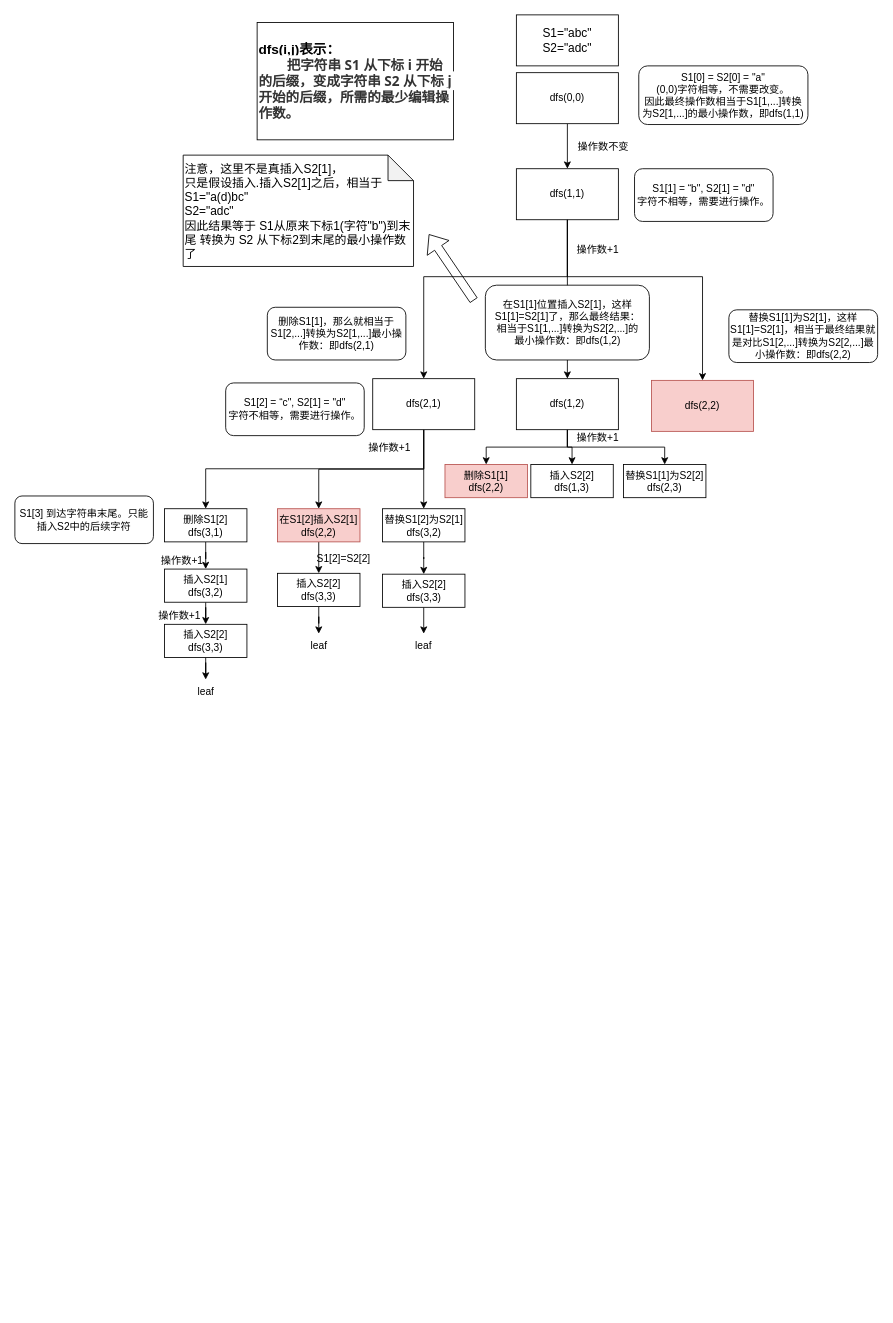
Before: 算法/编辑距离.drawio in g1823/Draw, a draw.io diagram. Source tidied: cells renumbered, new cells numbered last; positions are measured from the earlier drawing's top-left corner, leaving out a move shared by most shapes. Both pictures are drawn from the tidied source at 85%, with x=0, y=0 at pixel (14, 14).
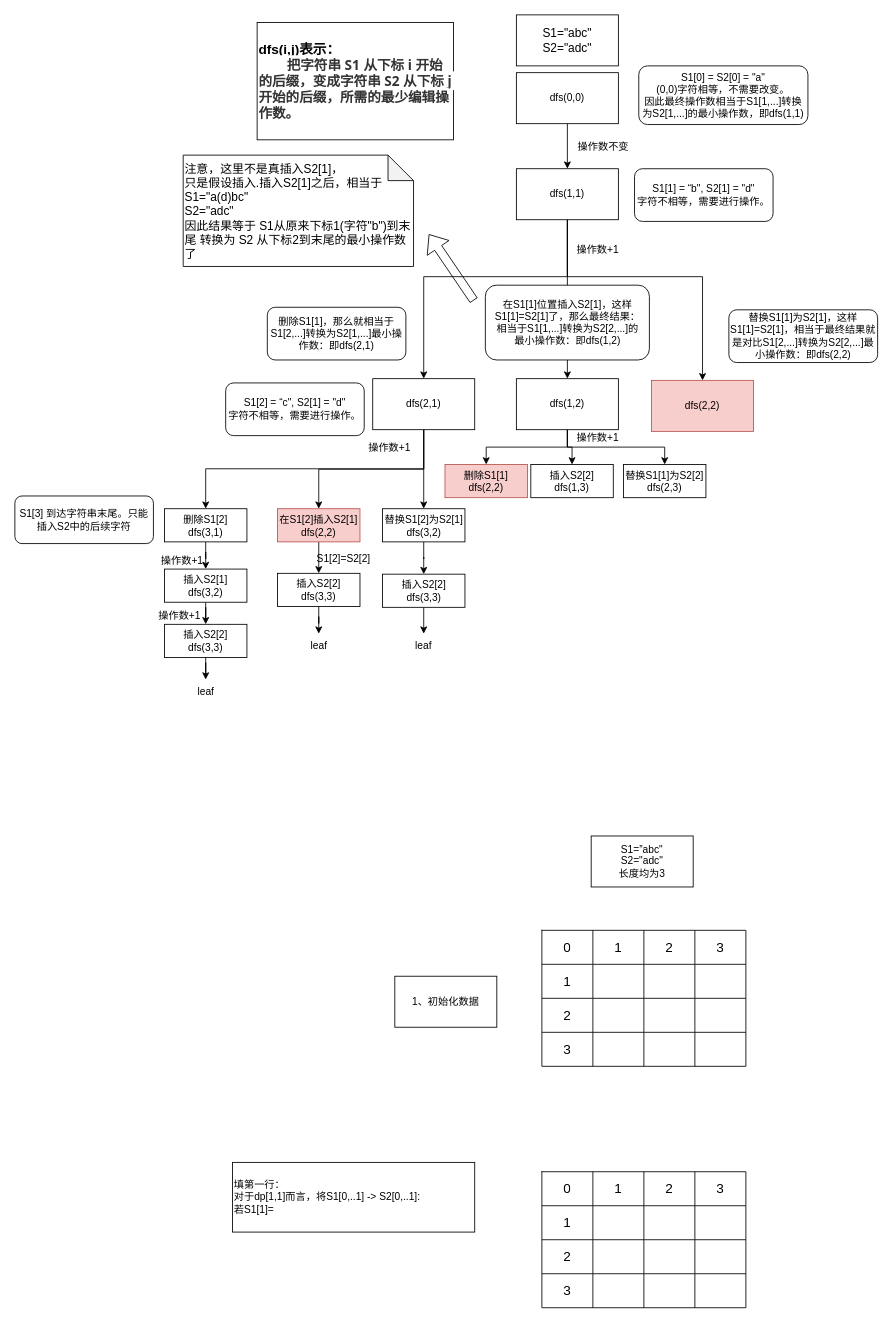
The same page after the edit.

Commit message:
更新编辑距离.drawio

What changed in the source:
```diff
@@
+    <mxCell id="55" style="shape=table;startSize=0;childLayout=tableLayout;fontSize=16;" parent="1" vertex="1">
+      <mxGeometry x="620" y="1077" width="240" height="160" as="geometry" />
+    </mxCell>
+    <mxCell id="56" style="shape=tableRow;horizontal=0;startSize=0;swimlaneHead=0;swimlaneBody=0;strokeColor=inherit;top=0;left=0;bottom=0;right=0;fillColor=none;fontSize=16;" parent="55" vertex="1">
+      <mxGeometry width="240" height="40" as="geometry" />
+    </mxCell>
+    <mxCell id="57" value="0" style="shape=partialRectangle;html=1;whiteSpace=wrap;strokeColor=inherit;overflow=hidden;fillColor=none;top=0;left=0;bottom=0;right=0;fontSize=16;" parent="56" vertex="1">
+      <mxGeometry width="60" height="40" as="geometry" />
+    </mxCell>
+    <mxCell id="58" value="1" style="shape=partialRectangle;html=1;whiteSpace=wrap;strokeColor=inherit;overflow=hidden;fillColor=none;top=0;left=0;bottom=0;right=0;fontSize=16;" parent="56" vertex="1">
+      <mxGeometry x="60" width="60" height="40" as="geometry" />
+    </mxCell>
+    <mxCell id="59" value="2" style="shape=partialRectangle;html=1;whiteSpace=wrap;strokeColor=inherit;overflow=hidden;fillColor=none;top=0;left=0;bottom=0;right=0;fontSize=16;" parent="56" vertex="1">
+      <mxGeometry x="120" width="60" height="40" as="geometry" />
+    </mxCell>
+    <mxCell id="60" value="3" style="shape=partialRectangle;html=1;whiteSpace=wrap;strokeColor=inherit;overflow=hidden;fillColor=none;top=0;left=0;bottom=0;right=0;fontSize=16;" parent="56" vertex="1">
+      <mxGeometry x="180" width="60" height="40" as="geometry" />
+    </mxCell>
+    <mxCell id="61" style="shape=tableRow;horizontal=0;startSize=0;swimlaneHead=0;swimlaneBody=0;strokeColor=inherit;top=0;left=0;bottom=0;right=0;fillColor=none;fontSize=16;" parent="55" vertex="1">
+      <mxGeometry y="40" width="240" height="40" as="geometry" />
+    </mxCell>
+    <mxCell id="62" value="1" style="shape=partialRectangle;html=1;whiteSpace=wrap;strokeColor=inherit;overflow=hidden;fillColor=none;top=0;left=0;bottom=0;right=0;fontSize=16;" parent="61" vertex="1">
+      <mxGeometry width="60" height="40" as="geometry" />
+    </mxCell>
+    <mxCell id="63" style="shape=partialRectangle;html=1;whiteSpace=wrap;strokeColor=inherit;overflow=hidden;fillColor=none;top=0;left=0;bottom=0;right=0;fontSize=16;" parent="61" vertex="1">
+      <mxGeometry x="60" width="60" height="40" as="geometry" />
+    </mxCell>
+    <mxCell id="64" style="shape=partialRectangle;html=1;whiteSpace=wrap;strokeColor=inherit;overflow=hidden;fillColor=none;top=0;left=0;bottom=0;right=0;fontSize=16;" parent="61" vertex="1">
+      <mxGeometry x="120" width="60" height="40" as="geometry" />
+    </mxCell>
+    <mxCell id="65" style="shape=partialRectangle;html=1;whiteSpace=wrap;strokeColor=inherit;overflow=hidden;fillColor=none;top=0;left=0;bottom=0;right=0;fontSize=16;" parent="61" vertex="1">
+      <mxGeometry x="180" width="60" height="40" as="geometry" />
+    </mxCell>
+    <mxCell id="66" style="shape=tableRow;horizontal=0;startSize=0;swimlaneHead=0;swimlaneBody=0;strokeColor=inherit;top=0;left=0;bottom=0;right=0;fillColor=none;fontSize=16;" parent="55" vertex="1">
+      <mxGeometry y="80" width="240" height="40" as="geometry" />
+    </mxCell>
+    <mxCell id="67" value="2" style="shape=partialRectangle;html=1;whiteSpace=wrap;strokeColor=inherit;overflow=hidden;fillColor=none;top=0;left=0;bottom=0;right=0;fontSize=16;" parent="66" vertex="1">
+      <mxGeometry width="60" height="40" as="geometry" />
+    </mxCell>
+    <mxCell id="68" style="shape=partialRectangle;html=1;whiteSpace=wrap;strokeColor=inherit;overflow=hidden;fillColor=none;top=0;left=0;bottom=0;right=0;fontSize=16;" parent="66" vertex="1">
+      <mxGeometry x="60" width="60" height="40" as="geometry" />
+    </mxCell>
+    <mxCell id="69" style="shape=partialRectangle;html=1;whiteSpace=wrap;strokeColor=inherit;overflow=hidden;fillColor=none;top=0;left=0;bottom=0;right=0;fontSize=16;" parent="66" vertex="1">
+      <mxGeometry x="120" width="60" height="40" as="geometry" />
+    </mxCell>
+    <mxCell id="70" style="shape=partialRectangle;html=1;whiteSpace=wrap;strokeColor=inherit;overflow=hidden;fillColor=none;top=0;left=0;bottom=0;right=0;fontSize=16;" parent="66" vertex="1">
+      <mxGeometry x="180" width="60" height="40" as="geometry" />
+    </mxCell>
+    <mxCell id="71" style="shape=tableRow;horizontal=0;startSize=0;swimlaneHead=0;swimlaneBody=0;strokeColor=inherit;top=0;left=0;bottom=0;right=0;fillColor=none;fontSize=16;" parent="55" vertex="1">
+      <mxGeometry y="120" width="240" height="40" as="geometry" />
+    </mxCell>
+    <mxCell id="72" value="3" style="shape=partialRectangle;html=1;whiteSpace=wrap;strokeColor=inherit;overflow=hidden;fillColor=none;top=0;left=0;bottom=0;right=0;fontSize=16;" parent="71" vertex="1">
+      <mxGeometry width="60" height="40" as="geometry" />
+    </mxCell>
+    <mxCell id="73" style="shape=partialRectangle;html=1;whiteSpace=wrap;strokeColor=inherit;overflow=hidden;fillColor=none;top=0;left=0;bottom=0;right=0;fontSize=16;" parent="71" vertex="1">
+      <mxGeometry x="60" width="60" height="40" as="geometry" />
+    </mxCell>
+    <mxCell id="74" style="shape=partialRectangle;html=1;whiteSpace=wrap;strokeColor=inherit;overflow=hidden;fillColor=none;top=0;left=0;bottom=0;right=0;fontSize=16;" parent="71" vertex="1">
+      <mxGeometry x="120" width="60" height="40" as="geometry" />
+    </mxCell>
+    <mxCell id="75" style="shape=partialRectangle;html=1;whiteSpace=wrap;strokeColor=inherit;overflow=hidden;fillColor=none;top=0;left=0;bottom=0;right=0;fontSize=16;" parent="71" vertex="1">
+      <mxGeometry x="180" width="60" height="40" as="geometry" />
+    </mxCell>
+    <mxCell id="76" value="S1=”abc&quot;&lt;div&gt;S2=&quot;adc&quot;&lt;/div&gt;&lt;div&gt;长度均为3&lt;/div&gt;" style="rounded=0;whiteSpace=wrap;html=1;" parent="1" vertex="1">
+      <mxGeometry x="678" y="966" width="120" height="60" as="geometry" />
+    </mxCell>
+    <mxCell id="77" value="1、初始化数据" style="rounded=0;whiteSpace=wrap;html=1;" parent="1" vertex="1">
+      <mxGeometry x="447" y="1131" width="120" height="60" as="geometry" />
+    </mxCell>
+    <mxCell id="78" style="shape=table;startSize=0;childLayout=tableLayout;fontSize=16;" parent="1" vertex="1">
+      <mxGeometry x="620" y="1361" width="240" height="160" as="geometry" />
+    </mxCell>
+    <mxCell id="79" style="shape=tableRow;horizontal=0;startSize=0;swimlaneHead=0;swimlaneBody=0;strokeColor=inherit;top=0;left=0;bottom=0;right=0;fillColor=none;fontSize=16;" parent="78" vertex="1">
+      <mxGeometry width="240" height="40" as="geometry" />
+    </mxCell>
+    <mxCell id="80" value="0" style="shape=partialRectangle;html=1;whiteSpace=wrap;strokeColor=inherit;overflow=hidden;fillColor=none;top=0;left=0;bottom=0;right=0;fontSize=16;" parent="79" vertex="1">
+      <mxGeometry width="60" height="40" as="geometry" />
+    </mxCell>
+    <mxCell id="81" value="1" style="shape=partialRectangle;html=1;whiteSpace=wrap;strokeColor=inherit;overflow=hidden;fillColor=none;top=0;left=0;bottom=0;right=0;fontSize=16;" parent="79" vertex="1">
+      <mxGeometry x="60" width="60" height="40" as="geometry" />
+    </mxCell>
+    <mxCell id="82" value="2" style="shape=partialRectangle;html=1;whiteSpace=wrap;strokeColor=inherit;overflow=hidden;fillColor=none;top=0;left=0;bottom=0;right=0;fontSize=16;" parent="79" vertex="1">
+      <mxGeometry x="120" width="60" height="40" as="geometry" />
+    </mxCell>
+    <mxCell id="83" value="3" style="shape=partialRectangle;html=1;whiteSpace=wrap;strokeColor=inherit;overflow=hidden;fillColor=none;top=0;left=0;bottom=0;right=0;fontSize=16;" parent="79" vertex="1">
+      <mxGeometry x="180" width="60" height="40" as="geometry" />
+    </mxCell>
+    <mxCell id="84" style="shape=tableRow;horizontal=0;startSize=0;swimlaneHead=0;swimlaneBody=0;strokeColor=inherit;top=0;left=0;bottom=0;right=0;fillColor=none;fontSize=16;" parent="78" vertex="1">
+      <mxGeometry y="40" width="240" height="40" as="geometry" />
+    </mxCell>
+    <mxCell id="85" value="1" style="shape=partialRectangle;html=1;whiteSpace=wrap;strokeColor=inherit;overflow=hidden;fillColor=none;top=0;left=0;bottom=0;right=0;fontSize=16;" parent="84" vertex="1">
+      <mxGeometry width="60" height="40" as="geometry" />
+    </mxCell>
+    <mxCell id="86" style="shape=partialRectangle;html=1;whiteSpace=wrap;strokeColor=inherit;overflow=hidden;fillColor=none;top=0;left=0;bottom=0;right=0;fontSize=16;" parent="84" vertex="1">
+      <mxGeometry x="60" width="60" height="40" as="geometry" />
+    </mxCell>
+    <mxCell id="87" style="shape=partialRectangle;html=1;whiteSpace=wrap;strokeColor=inherit;overflow=hidden;fillColor=none;top=0;left=0;bottom=0;right=0;fontSize=16;" parent="84" vertex="1">
+      <mxGeometry x="120" width="60" height="40" as="geometry" />
+    </mxCell>
+    <mxCell id="88" style="shape=partialRectangle;html=1;whiteSpace=wrap;strokeColor=inherit;overflow=hidden;fillColor=none;top=0;left=0;bottom=0;right=0;fontSize=16;" parent="84" vertex="1">
+      <mxGeometry x="180" width="60" height="40" as="geometry" />
+    </mxCell>
+    <mxCell id="89" style="shape=tableRow;horizontal=0;startSize=0;swimlaneHead=0;swimlaneBody=0;strokeColor=inherit;top=0;left=0;bottom=0;right=0;fillColor=none;fontSize=16;" parent="78" vertex="1">
+      <mxGeometry y="80" width="240" height="40" as="geometry" />
+    </mxCell>
+    <mxCell id="90" value="2" style="shape=partialRectangle;html=1;whiteSpace=wrap;strokeColor=inherit;overflow=hidden;fillColor=none;top=0;left=0;bottom=0;right=0;fontSize=16;" parent="89" vertex="1">
+      <mxGeometry width="60" height="40" as="geometry" />
+    </mxCell>
+    <mxCell id="91" style="shape=partialRectangle;html=1;whiteSpace=wrap;strokeColor=inherit;overflow=hidden;fillColor=none;top=0;left=0;bottom=0;right=0;fontSize=16;" parent="89" vertex="1">
+      <mxGeometry x="60" width="60" height="40" as="geometry" />
+    </mxCell>
+    <mxCell id="92" style="shape=partialRectangle;html=1;whiteSpace=wrap;strokeColor=inherit;overflow=hidden;fillColor=none;top=0;left=0;bottom=0;right=0;fontSize=16;" parent="89" vertex="1">
+      <mxGeometry x="120" width="60" height="40" as="geometry" />
+    </mxCell>
+    <mxCell id="93" style="shape=partialRectangle;html=1;whiteSpace=wrap;strokeColor=inherit;overflow=hidden;fillColor=none;top=0;left=0;bottom=0;right=0;fontSize=16;" parent="89" vertex="1">
+      <mxGeometry x="180" width="60" height="40" as="geometry" />
+    </mxCell>
+    <mxCell id="94" style="shape=tableRow;horizontal=0;startSize=0;swimlaneHead=0;swimlaneBody=0;strokeColor=inherit;top=0;left=0;bottom=0;right=0;fillColor=none;fontSize=16;" parent="78" vertex="1">
+      <mxGeometry y="120" width="240" height="40" as="geometry" />
+    </mxCell>
+    <mxCell id="95" value="3" style="shape=partialRectangle;html=1;whiteSpace=wrap;strokeColor=inherit;overflow=hidden;fillColor=none;top=0;left=0;bottom=0;right=0;fontSize=16;" parent="94" vertex="1">
+      <mxGeometry width="60" height="40" as="geometry" />
+    </mxCell>
+    <mxCell id="96" style="shape=partialRectangle;html=1;whiteSpace=wrap;strokeColor=inherit;overflow=hidden;fillColor=none;top=0;left=0;bottom=0;right=0;fontSize=16;" parent="94" vertex="1">
+      <mxGeometry x="60" width="60" height="40" as="geometry" />
+    </mxCell>
+    <mxCell id="97" style="shape=partialRectangle;html=1;whiteSpace=wrap;strokeColor=inherit;overflow=hidden;fillColor=none;top=0;left=0;bottom=0;right=0;fontSize=16;" parent="94" vertex="1">
+      <mxGeometry x="120" width="60" height="40" as="geometry" />
+    </mxCell>
+    <mxCell id="98" style="shape=partialRectangle;html=1;whiteSpace=wrap;strokeColor=inherit;overflow=hidden;fillColor=none;top=0;left=0;bottom=0;right=0;fontSize=16;" parent="94" vertex="1">
+      <mxGeometry x="180" width="60" height="40" as="geometry" />
+    </mxCell>
+    <mxCell id="99" value="填第一行：&lt;div&gt;对于dp[1,1]而言，将S1[0,..1] -&amp;gt; S2[0,..1]:&lt;/div&gt;&lt;div&gt;若S1[1]=&lt;/div&gt;" style="rounded=0;whiteSpace=wrap;html=1;align=left;" parent="1" vertex="1">
+      <mxGeometry x="256" y="1350" width="285" height="82" as="geometry" />
+    </mxCell>
```
